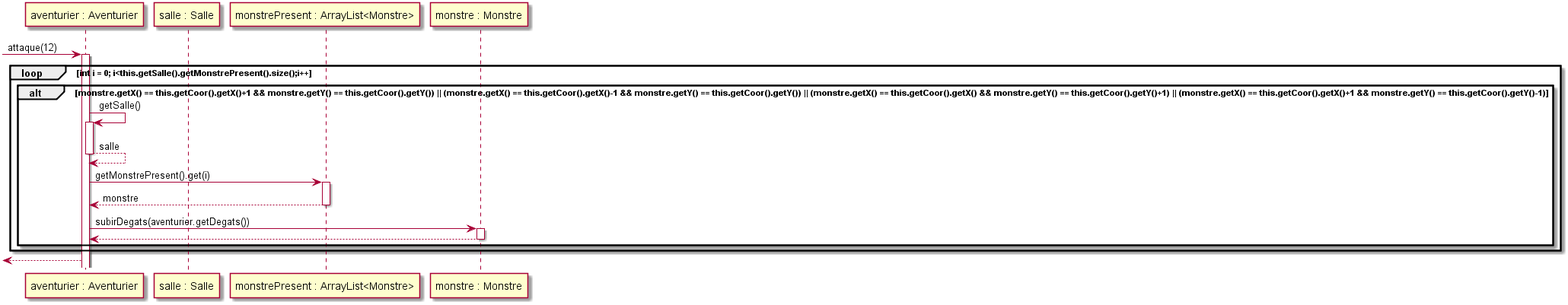
This is documents/version_5/Lucas/sequence_aventurier_attaque.png from GeoffroyMuller/2018_COO_Zeldiablo, a PlantUML export, as it was before one commit. Its source is kept beside it as projet_zeldiablo/sequence_aventurier_attaque.puml. Its diagram source:
```plantuml
@startuml
Participant "aventurier : Aventurier" as a
Participant "salle : Salle" as s
Participant "monstrePresent : ArrayList<Monstre>" as listM
Participant "monstre : Monstre" as m
Participant "stats : Stat" as sta

->a : attaque(12)
loop int i = 0; i<this.getSalle().getMonstrePresent().size();i++
alt monstre.getX() == this.getCoor().getX()+1 && monstre.getY() == this.getCoor().getY()) || (monstre.getX() == this.getCoor().getX()-1 && monstre.getY() == this.getCoor().getY()) || (monstre.getX() == this.getCoor().getX() && monstre.getY() == this.getCoor().getY()+1) || (monstre.getX() == this.getCoor().getX()+1 && monstre.getY() == this.getCoor().getY()-1)
activate a
a->a : getSalle()
activate a
a-->a : salle
deactivate a
a->listM : getMonstrePresent().get(i)
activate listM
listM-->a: monstre
deactivate listM
a->m : subirDegats(aventurier.getDegats())
activate m
m-->a
deactivate m

alt this.getSalle().getMonstrePresent().get(i).isMort()
a->sta : ajouterExp(this.getSalle().getMonstrePresent().get(i).getSTat().getExp())
activate sta
sta-->a
deactivate sta
end

end
end
<--a
@enduml
```
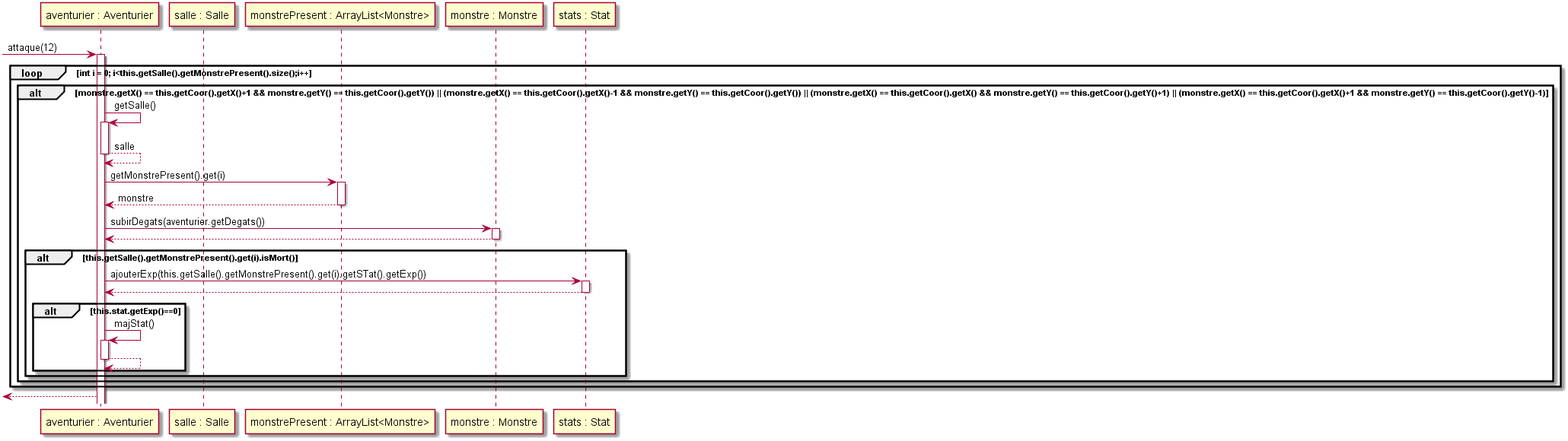
Later version of the same file.

Change to the diagram source:
```diff
@@ -27,6 +27,12 @@
 activate sta
 sta-->a
 deactivate sta
+alt this.stat.getExp()==0
+a->a : majStat()
+activate a
+a-->a
+deactivate a
+end
 end
 
 end
```
